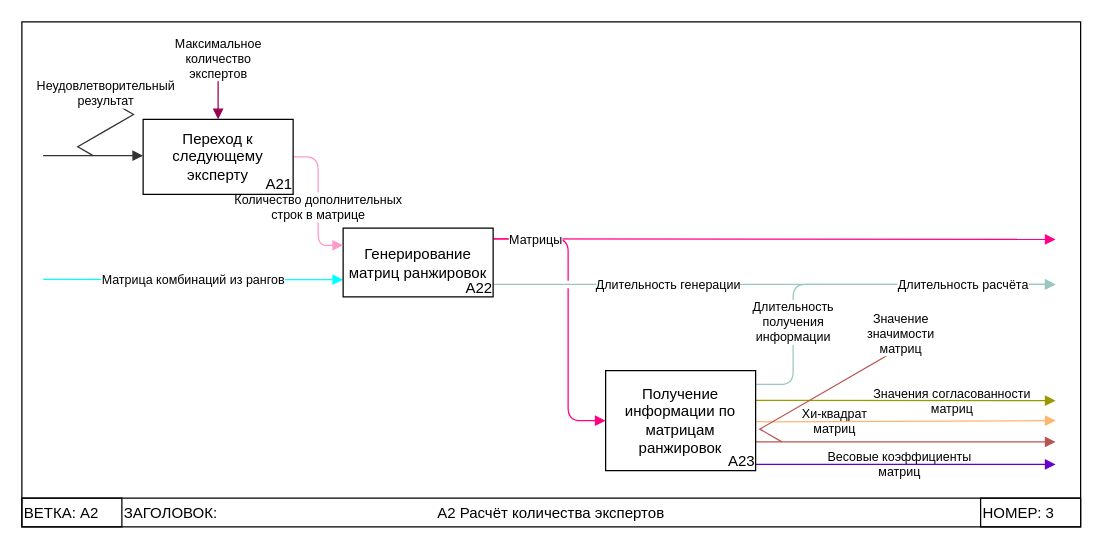
This is page "А2" (3 of 3) of draw_io/idef0 prog v2.drawio from Dimj1k/Works, a draw.io file, before an edit. Source tidied: cells renumbered, new cells numbered last; positions are measured from the earlier drawing's top-left corner, leaving out a move shared by most shapes. Both pictures are drawn from the tidied source at 125%, with x=0, y=0 at pixel (21, 21).
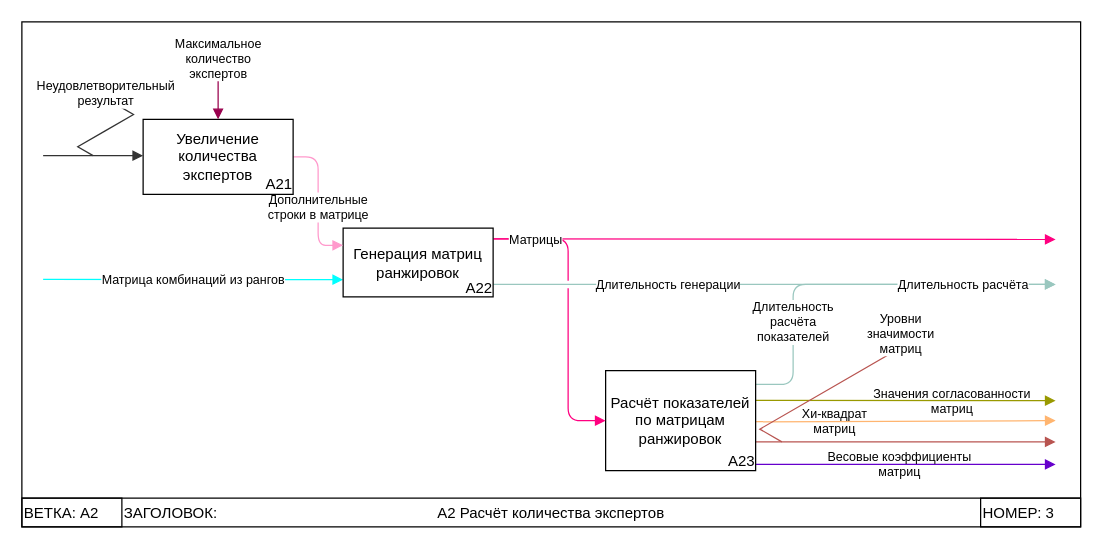
Above is the later version.

The change refers to these unchanged cells:
```xml
<mxCell id="5" style="swimlane;direction=west;fillColor=none;swimlaneFillColor=none;shadow=0;swimlaneLine=1;fontSize=10;" parent="1" vertex="1">
  <mxGeometry width="847" height="404" as="geometry" />
</mxCell>
<mxCell id="6" style="group;fontSize=12;" parent="5" vertex="1">
  <mxGeometry x="257" y="165" width="120" height="55" as="geometry" />
</mxCell>
<mxCell id="11" style="group;fontSize=12;" parent="5" vertex="1">
  <mxGeometry x="97" y="78" width="120" height="60" as="geometry" />
</mxCell>
<mxCell id="22" style="group;fontSize=12;" parent="5" vertex="1">
  <mxGeometry x="467" y="279" width="120" height="80" as="geometry" />
</mxCell>
```

What changed in the source:
```diff
@@
-    <mxCell id="8" value="Генерирование матриц ранжировок" style="rounded=0;whiteSpace=wrap;html=1;fontSize=12;" parent="6" vertex="1">
+    <mxCell id="8" value="Генерация матриц ранжировок" style="rounded=0;whiteSpace=wrap;html=1;fontSize=12;" parent="6" vertex="1">
       <mxGeometry width="120" height="55" as="geometry" />
     </mxCell>
@@
-    <mxCell id="10" value="Количество дополнительных&lt;br style=&quot;font-size: 10px;&quot;&gt;строк в матрице" style="edgeStyle=orthogonalEdgeStyle;rounded=1;jettySize=auto;html=1;exitX=1;exitY=0.5;exitDx=0;exitDy=0;entryX=0;entryY=0.25;entryDx=0;entryDy=0;strokeColor=#FF99CC;fontSize=10;endArrow=block;endFill=1;" parent="5" edge="1" source="12" target="8">
+    <mxCell id="10" value="Дополнительные&lt;br style=&quot;font-size: 10px;&quot;&gt;строки в матрице" style="edgeStyle=orthogonalEdgeStyle;rounded=1;jettySize=auto;html=1;exitX=1;exitY=0.5;exitDx=0;exitDy=0;entryX=0;entryY=0.25;entryDx=0;entryDy=0;strokeColor=#FF99CC;fontSize=10;endArrow=block;endFill=1;" parent="5" edge="1" source="12" target="8">
       <mxGeometry x="0.08" relative="1" as="geometry" />
     </mxCell>
@@
-    <mxCell id="12" value="Переход к следующему эксперту" style="rounded=0;whiteSpace=wrap;html=1;verticalAlign=middle;fontSize=12;" parent="11" vertex="1">
+    <mxCell id="12" value="Увеличение количества экспертов" style="rounded=0;whiteSpace=wrap;html=1;verticalAlign=middle;fontSize=12;" parent="11" vertex="1">
       <mxGeometry width="120" height="60" as="geometry" />
     </mxCell>
@@
-    <mxCell id="19" value="Длительность&lt;br style=&quot;font-size: 10px;&quot;&gt;получения&lt;br style=&quot;font-size: 10px;&quot;&gt;информации" style="endArrow=block;html=1;rounded=1;endFill=1;exitX=1;exitY=0.125;exitDx=0;exitDy=0;exitPerimeter=0;strokeColor=#9AC7BF;labelBackgroundColor=default;fontSize=10;edgeStyle=elbowEdgeStyle;" parent="5" edge="1">
+    <mxCell id="19" value="Длительность&lt;br style=&quot;font-size: 10px;&quot;&gt;расчёта&lt;br&gt;показателей" style="endArrow=block;html=1;rounded=1;endFill=1;exitX=1;exitY=0.125;exitDx=0;exitDy=0;exitPerimeter=0;strokeColor=#9AC7BF;labelBackgroundColor=default;fontSize=10;edgeStyle=elbowEdgeStyle;" parent="5" edge="1">
       <mxGeometry x="-0.5" relative="1" as="geometry">
         <mxPoint x="587" y="290" as="sourcePoint" />
         <mxPoint x="827" y="210" as="targetPoint" />
         <Array as="points">
           <mxPoint x="617" y="250" />
         </Array>
       </mxGeometry>
     </mxCell>
@@
-    <mxCell id="21" value="Значение&lt;br style=&quot;border-color: var(--border-color); font-size: 10px;&quot;&gt;значимости&lt;br style=&quot;border-color: var(--border-color); font-size: 10px;&quot;&gt;матриц" style="edgeStyle=isometricEdgeStyle;endArrow=none;html=1;rounded=0;elbow=vertical;strokeColor=#b85450;fontSize=10;" parent="5" edge="1">
+    <mxCell id="21" value="Уровни&lt;br style=&quot;border-color: var(--border-color); font-size: 10px;&quot;&gt;значимости&lt;br style=&quot;border-color: var(--border-color); font-size: 10px;&quot;&gt;матриц" style="edgeStyle=isometricEdgeStyle;endArrow=none;html=1;rounded=0;elbow=vertical;strokeColor=#b85450;fontSize=10;" parent="5" edge="1">
       <mxGeometry x="-0.85" y="8" relative="1" as="geometry">
         <mxPoint x="688" y="249" as="sourcePoint" />
         <mxPoint x="608" y="336" as="targetPoint" />
       </mxGeometry>
     </mxCell>
@@
-    <mxCell id="23" value="Получение информации по матрицам ранжировок" style="rounded=0;whiteSpace=wrap;html=1;fontSize=12;" parent="22" vertex="1">
+    <mxCell id="23" value="Расчёт показателей по матрицам ранжировок" style="rounded=0;whiteSpace=wrap;html=1;fontSize=12;" parent="22" vertex="1">
       <mxGeometry width="120" height="80" as="geometry" />
     </mxCell>
```
